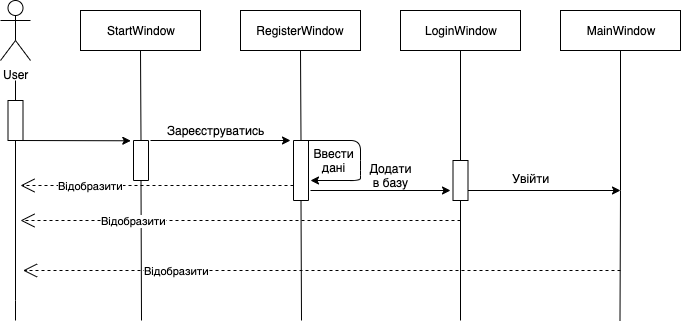
The draw.io diagram Diagrams/Sequence/sequence_diagram.png in he-sends-regards/UserBase, before a commit. Source tidied: cells renumbered, new cells last; positions are measured from the earlier drawing's top-left corner, leaving out a move shared by most shapes. The source it was exported from:
```xml
<mxGraphModel>
  <root>
    <mxCell id="0" />
    <mxCell id="1" parent="0" />
    <mxCell id="2" value="User" style="shape=umlActor;verticalLabelPosition=bottom;labelBackgroundColor=#ffffff;verticalAlign=top;html=1;" parent="1" vertex="1">
      <mxGeometry width="30" height="60" as="geometry" />
    </mxCell>
    <mxCell id="3" value="StartWindow" style="rounded=0;whiteSpace=wrap;html=1;" parent="1" vertex="1">
      <mxGeometry x="80" y="10" width="120" height="40" as="geometry" />
    </mxCell>
    <mxCell id="4" value="RegisterWindow" style="rounded=0;whiteSpace=wrap;html=1;" parent="1" vertex="1">
      <mxGeometry x="240" y="10" width="120" height="40" as="geometry" />
    </mxCell>
    <mxCell id="5" value="LoginWindow" style="rounded=0;whiteSpace=wrap;html=1;" parent="1" vertex="1">
      <mxGeometry x="400" y="10" width="120" height="40" as="geometry" />
    </mxCell>
    <mxCell id="6" value="MainWindow" style="rounded=0;whiteSpace=wrap;html=1;" parent="1" vertex="1">
      <mxGeometry x="560" y="10" width="120" height="40" as="geometry" />
    </mxCell>
    <mxCell id="7" style="rounded=0;whiteSpace=wrap;html=1;direction=south;" parent="1" vertex="1">
      <mxGeometry x="7.5" y="100" width="15" height="40" as="geometry" />
    </mxCell>
    <mxCell id="8" style="endArrow=none;html=1;entryX=0;entryY=0.5;entryDx=0;entryDy=0;" parent="1" edge="1" target="7">
      <mxGeometry relative="1" as="geometry">
        <mxPoint x="15" y="80" as="sourcePoint" />
      </mxGeometry>
    </mxCell>
    <mxCell id="9" style="endArrow=classic;html=1;exitX=1;exitY=0.5;exitDx=0;exitDy=0;entryX=0.007;entryY=1.18;entryDx=0;entryDy=0;entryPerimeter=0;" parent="1" edge="1" source="7" target="11">
      <mxGeometry relative="1" as="geometry" />
    </mxCell>
    <mxCell id="10" style="endArrow=none;html=1;entryX=0.5;entryY=1;entryDx=0;entryDy=0;exitX=0;exitY=0.5;exitDx=0;exitDy=0;" parent="1" edge="1" source="11" target="3">
      <mxGeometry relative="1" as="geometry" />
    </mxCell>
    <mxCell id="11" style="rounded=0;whiteSpace=wrap;html=1;direction=south;" parent="1" vertex="1">
      <mxGeometry x="133" y="140" width="15" height="40" as="geometry" />
    </mxCell>
    <mxCell id="12" style="endArrow=classic;html=1;" parent="1" edge="1">
      <mxGeometry relative="1" as="geometry">
        <mxPoint x="150" y="140" as="sourcePoint" />
        <mxPoint x="290" y="140" as="targetPoint" />
      </mxGeometry>
    </mxCell>
    <mxCell id="13" style="endArrow=none;html=1;exitX=0.5;exitY=1;exitDx=0;exitDy=0;entryX=0;entryY=0.5;entryDx=0;entryDy=0;" parent="1" edge="1" source="4" target="14">
      <mxGeometry relative="1" as="geometry" />
    </mxCell>
    <mxCell id="14" style="rounded=0;whiteSpace=wrap;html=1;direction=south;" parent="1" vertex="1">
      <mxGeometry x="293" y="140" width="15" height="60" as="geometry" />
    </mxCell>
    <mxCell id="15" value="Зареєструватись" style="text;html=1;align=center;verticalAlign=middle;" parent="1" vertex="1">
      <mxGeometry x="160" y="120" width="110" height="20" as="geometry" />
    </mxCell>
    <mxCell id="16" style="endArrow=classic;html=1;exitX=0;exitY=0.25;exitDx=0;exitDy=0;" parent="1" edge="1" source="14">
      <mxGeometry relative="1" as="geometry">
        <mxPoint x="310" y="180" as="targetPoint" />
        <Array as="points">
          <mxPoint x="360" y="140" />
          <mxPoint x="360" y="170" />
          <mxPoint x="360" y="180" />
        </Array>
      </mxGeometry>
    </mxCell>
    <mxCell id="17" value="Ввести дані" style="text;html=1;strokeColor=none;fillColor=none;align=center;verticalAlign=middle;whiteSpace=wrap;rounded=0;" parent="1" vertex="1">
      <mxGeometry x="313" y="150" width="40" height="20" as="geometry" />
    </mxCell>
    <mxCell id="18" style="endArrow=classic;html=1;" parent="1" edge="1">
      <mxGeometry relative="1" as="geometry">
        <mxPoint x="310" y="190" as="sourcePoint" />
        <mxPoint x="450" y="190" as="targetPoint" />
      </mxGeometry>
    </mxCell>
    <mxCell id="19" style="endArrow=none;html=1;entryX=0.5;entryY=1;entryDx=0;entryDy=0;" parent="1" edge="1" target="5">
      <mxGeometry relative="1" as="geometry">
        <mxPoint x="460" y="160" as="sourcePoint" />
      </mxGeometry>
    </mxCell>
    <mxCell id="20" style="rounded=0;whiteSpace=wrap;html=1;direction=south;" parent="1" vertex="1">
      <mxGeometry x="452.5" y="160" width="15" height="40" as="geometry" />
    </mxCell>
    <mxCell id="21" value="Увійти" style="text;html=1;" parent="1" vertex="1">
      <mxGeometry x="510" y="165" width="60" height="30" as="geometry" />
    </mxCell>
    <mxCell id="22" style="endArrow=classic;html=1;exitX=0.75;exitY=0;exitDx=0;exitDy=0;" parent="1" edge="1" source="20">
      <mxGeometry relative="1" as="geometry">
        <mxPoint x="620" y="190" as="targetPoint" />
      </mxGeometry>
    </mxCell>
    <mxCell id="23" value="Додати&lt;br&gt;в базу" style="text;html=1;strokeColor=none;fillColor=none;align=center;verticalAlign=middle;whiteSpace=wrap;rounded=0;" parent="1" vertex="1">
      <mxGeometry x="370" y="165" width="40" height="20" as="geometry" />
    </mxCell>
    <mxCell id="24" style="endArrow=none;html=1;entryX=0.5;entryY=1;entryDx=0;entryDy=0;" parent="1" edge="1" target="6">
      <mxGeometry relative="1" as="geometry">
        <mxPoint x="620" y="190" as="sourcePoint" />
      </mxGeometry>
    </mxCell>
    <mxCell id="25" style="endArrow=none;html=1;entryX=1;entryY=0.5;entryDx=0;entryDy=0;" parent="1" edge="1" target="7">
      <mxGeometry relative="1" as="geometry">
        <mxPoint x="15" y="300" as="sourcePoint" />
      </mxGeometry>
    </mxCell>
    <mxCell id="26" style="endArrow=none;html=1;entryX=1;entryY=0.5;entryDx=0;entryDy=0;" parent="1" edge="1" target="11">
      <mxGeometry relative="1" as="geometry">
        <mxPoint x="141" y="320" as="sourcePoint" />
      </mxGeometry>
    </mxCell>
    <mxCell id="27" style="endArrow=none;html=1;entryX=1;entryY=0.5;entryDx=0;entryDy=0;" parent="1" edge="1" target="14">
      <mxGeometry relative="1" as="geometry">
        <mxPoint x="301" y="320" as="sourcePoint" />
      </mxGeometry>
    </mxCell>
    <mxCell id="28" style="endArrow=none;html=1;entryX=1;entryY=0.5;entryDx=0;entryDy=0;" parent="1" edge="1" target="20">
      <mxGeometry relative="1" as="geometry">
        <mxPoint x="460" y="320" as="sourcePoint" />
      </mxGeometry>
    </mxCell>
    <mxCell id="29" style="endArrow=none;html=1;" parent="1" edge="1">
      <mxGeometry relative="1" as="geometry">
        <mxPoint x="619.5" y="320" as="sourcePoint" />
        <mxPoint x="620" y="190" as="targetPoint" />
      </mxGeometry>
    </mxCell>
    <mxCell id="30" value="Відобразити" style="endArrow=open;endSize=12;dashed=1;html=1;exitX=0.75;exitY=1;exitDx=0;exitDy=0;" parent="1" edge="1" source="14">
      <mxGeometry x="0.49" relative="1" as="geometry">
        <mxPoint x="20" y="185" as="targetPoint" />
      </mxGeometry>
    </mxCell>
    <mxCell id="31" style="endArrow=none;html=1;entryX=1;entryY=0.5;entryDx=0;entryDy=0;" parent="1" edge="1">
      <mxGeometry relative="1" as="geometry">
        <mxPoint x="15" y="320" as="sourcePoint" />
        <mxPoint x="15" y="300" as="targetPoint" />
      </mxGeometry>
    </mxCell>
    <mxCell id="32" value="Відобразити" style="endArrow=open;endSize=12;dashed=1;html=1;" parent="1" edge="1">
      <mxGeometry x="0.49" relative="1" as="geometry">
        <mxPoint x="460" y="220" as="sourcePoint" />
        <mxPoint x="20" y="220" as="targetPoint" />
      </mxGeometry>
    </mxCell>
    <mxCell id="33" value="Відобразити" style="endArrow=open;endSize=12;dashed=1;html=1;" parent="1" edge="1">
      <mxGeometry x="0.49" relative="1" as="geometry">
        <mxPoint x="620" y="270" as="sourcePoint" />
        <mxPoint x="22.5" y="270" as="targetPoint" />
      </mxGeometry>
    </mxCell>
  </root>
</mxGraphModel>
```
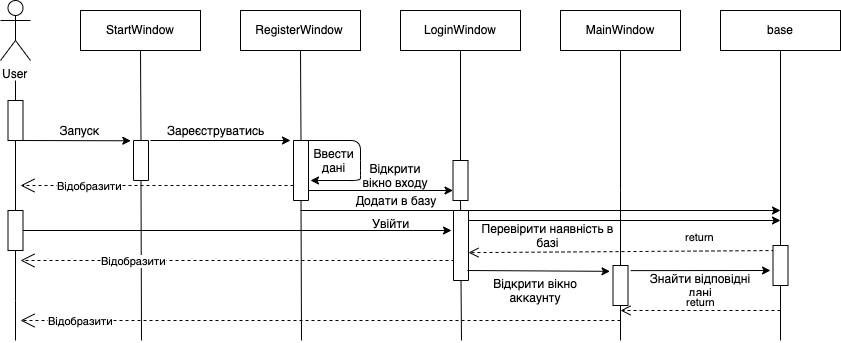
After the change.

Commit message:
Added statechart and collaboration diagram, updated sequence

What changed in the source:
```diff
@@ -64,8 +64,8 @@
     </mxCell>
     <mxCell id="18" style="endArrow=classic;html=1;" parent="1" edge="1">
       <mxGeometry relative="1" as="geometry">
-        <mxPoint x="310" y="190" as="sourcePoint" />
-        <mxPoint x="450" y="190" as="targetPoint" />
+        <mxPoint x="300" y="210" as="sourcePoint" />
+        <mxPoint x="780" y="210" as="targetPoint" />
       </mxGeometry>
     </mxCell>
     <mxCell id="19" style="endArrow=none;html=1;entryX=0.5;entryY=1;entryDx=0;entryDy=0;" parent="1" edge="1" target="5">
@@ -77,44 +77,40 @@
       <mxGeometry x="452.5" y="160" width="15" height="40" as="geometry" />
     </mxCell>
     <mxCell id="21" value="Увійти" style="text;html=1;" parent="1" vertex="1">
-      <mxGeometry x="510" y="165" width="60" height="30" as="geometry" />
+      <mxGeometry x="370" y="210" width="60" height="30" as="geometry" />
     </mxCell>
-    <mxCell id="22" style="endArrow=classic;html=1;exitX=0.75;exitY=0;exitDx=0;exitDy=0;" parent="1" edge="1" source="20">
+    <mxCell id="22" style="endArrow=classic;html=1;" parent="1" edge="1">
       <mxGeometry relative="1" as="geometry">
-        <mxPoint x="620" y="190" as="targetPoint" />
+        <mxPoint x="20" y="230" as="sourcePoint" />
+        <mxPoint x="451" y="230" as="targetPoint" />
       </mxGeometry>
     </mxCell>
-    <mxCell id="23" value="Додати&lt;br&gt;в базу" style="text;html=1;strokeColor=none;fillColor=none;align=center;verticalAlign=middle;whiteSpace=wrap;rounded=0;" parent="1" vertex="1">
-      <mxGeometry x="370" y="165" width="40" height="20" as="geometry" />
+    <mxCell id="23" value="Додати в базу" style="text;html=1;strokeColor=none;fillColor=none;align=center;verticalAlign=middle;whiteSpace=wrap;rounded=0;" parent="1" vertex="1">
+      <mxGeometry x="350" y="190" width="90" height="20" as="geometry" />
     </mxCell>
     <mxCell id="24" style="endArrow=none;html=1;entryX=0.5;entryY=1;entryDx=0;entryDy=0;" parent="1" edge="1" target="6">
       <mxGeometry relative="1" as="geometry">
         <mxPoint x="620" y="190" as="sourcePoint" />
       </mxGeometry>
     </mxCell>
-    <mxCell id="25" style="endArrow=none;html=1;entryX=1;entryY=0.5;entryDx=0;entryDy=0;" parent="1" edge="1" target="7">
-      <mxGeometry relative="1" as="geometry">
-        <mxPoint x="15" y="300" as="sourcePoint" />
-      </mxGeometry>
+    <mxCell id="25" style="endArrow=none;html=1;entryX=1;entryY=0.5;entryDx=0;entryDy=0;" parent="1" edge="1" source="39" target="7">
+      <mxGeometry relative="1" as="geometry" />
     </mxCell>
     <mxCell id="26" style="endArrow=none;html=1;entryX=1;entryY=0.5;entryDx=0;entryDy=0;" parent="1" edge="1" target="11">
       <mxGeometry relative="1" as="geometry">
-        <mxPoint x="141" y="320" as="sourcePoint" />
+        <mxPoint x="141" y="340" as="sourcePoint" />
       </mxGeometry>
     </mxCell>
     <mxCell id="27" style="endArrow=none;html=1;entryX=1;entryY=0.5;entryDx=0;entryDy=0;" parent="1" edge="1" target="14">
       <mxGeometry relative="1" as="geometry">
-        <mxPoint x="301" y="320" as="sourcePoint" />
+        <mxPoint x="301" y="340" as="sourcePoint" />
       </mxGeometry>
     </mxCell>
-    <mxCell id="28" style="endArrow=none;html=1;entryX=1;entryY=0.5;entryDx=0;entryDy=0;" parent="1" edge="1" target="20">
-      <mxGeometry relative="1" as="geometry">
-        <mxPoint x="460" y="320" as="sourcePoint" />
-      </mxGeometry>
+    <mxCell id="28" style="endArrow=none;html=1;entryX=1;entryY=0.5;entryDx=0;entryDy=0;" parent="1" edge="1" source="42" target="20">
+      <mxGeometry relative="1" as="geometry" />
     </mxCell>
-    <mxCell id="29" style="endArrow=none;html=1;" parent="1" edge="1">
+    <mxCell id="29" style="endArrow=none;html=1;" parent="1" edge="1" source="52">
       <mxGeometry relative="1" as="geometry">
-        <mxPoint x="619.5" y="320" as="sourcePoint" />
         <mxPoint x="620" y="190" as="targetPoint" />
       </mxGeometry>
     </mxCell>
@@ -125,21 +121,106 @@
     </mxCell>
     <mxCell id="31" style="endArrow=none;html=1;entryX=1;entryY=0.5;entryDx=0;entryDy=0;" parent="1" edge="1">
       <mxGeometry relative="1" as="geometry">
-        <mxPoint x="15" y="320" as="sourcePoint" />
+        <mxPoint x="15" y="340" as="sourcePoint" />
         <mxPoint x="15" y="300" as="targetPoint" />
       </mxGeometry>
     </mxCell>
     <mxCell id="32" value="Відобразити" style="endArrow=open;endSize=12;dashed=1;html=1;" parent="1" edge="1">
       <mxGeometry x="0.49" relative="1" as="geometry">
-        <mxPoint x="460" y="220" as="sourcePoint" />
-        <mxPoint x="20" y="220" as="targetPoint" />
+        <mxPoint x="460" y="260" as="sourcePoint" />
+        <mxPoint x="20" y="260" as="targetPoint" />
       </mxGeometry>
     </mxCell>
     <mxCell id="33" value="Відобразити" style="endArrow=open;endSize=12;dashed=1;html=1;" parent="1" edge="1">
-      <mxGeometry x="0.49" relative="1" as="geometry">
-        <mxPoint x="620" y="270" as="sourcePoint" />
-        <mxPoint x="22.5" y="270" as="targetPoint" />
+      <mxGeometry x="0.8" relative="1" as="geometry">
+        <mxPoint x="620" y="320" as="sourcePoint" />
+        <mxPoint x="20" y="320" as="targetPoint" />
       </mxGeometry>
     </mxCell>
+    <mxCell id="34" value="Запуск" style="text;html=1;strokeColor=none;fillColor=none;align=center;verticalAlign=middle;whiteSpace=wrap;rounded=0;" parent="1" vertex="1">
+      <mxGeometry x="58" y="120" width="40" height="20" as="geometry" />
+    </mxCell>
+    <mxCell id="35" value="base" style="rounded=0;whiteSpace=wrap;html=1;" parent="1" vertex="1">
+      <mxGeometry x="720" y="10" width="120" height="40" as="geometry" />
+    </mxCell>
+    <mxCell id="36" style="endArrow=none;html=1;entryX=0.5;entryY=1;entryDx=0;entryDy=0;" parent="1" edge="1" source="48" target="35">
+      <mxGeometry relative="1" as="geometry" />
+    </mxCell>
+    <mxCell id="37" style="endArrow=classic;html=1;entryX=0.75;entryY=1;entryDx=0;entryDy=0;" parent="1" edge="1" target="20">
+      <mxGeometry relative="1" as="geometry">
+        <mxPoint x="308" y="190" as="sourcePoint" />
+      </mxGeometry>
+    </mxCell>
+    <mxCell id="38" value="Відкрити вікно входу" style="text;html=1;strokeColor=none;fillColor=none;align=center;verticalAlign=middle;whiteSpace=wrap;rounded=0;" parent="1" vertex="1">
+      <mxGeometry x="360" y="165" width="70" height="20" as="geometry" />
+    </mxCell>
+    <mxCell id="39" style="rounded=0;whiteSpace=wrap;html=1;direction=south;" parent="1" vertex="1">
+      <mxGeometry x="7.5" y="210" width="15" height="40" as="geometry" />
+    </mxCell>
+    <mxCell id="40" style="endArrow=none;html=1;entryX=1;entryY=0.5;entryDx=0;entryDy=0;" parent="1" edge="1" target="39">
+      <mxGeometry relative="1" as="geometry">
+        <mxPoint x="15" y="300" as="sourcePoint" />
+      </mxGeometry>
+    </mxCell>
+    <mxCell id="41" style="endArrow=classic;html=1;" parent="1" edge="1">
+      <mxGeometry relative="1" as="geometry">
+        <mxPoint x="460" y="220" as="sourcePoint" />
+        <mxPoint x="780" y="220" as="targetPoint" />
+      </mxGeometry>
+    </mxCell>
+    <mxCell id="42" style="rounded=0;whiteSpace=wrap;html=1;direction=south;" parent="1" vertex="1">
+      <mxGeometry x="453" y="210" width="15" height="70" as="geometry" />
+    </mxCell>
+    <mxCell id="43" style="endArrow=none;html=1;entryX=1;entryY=0.5;entryDx=0;entryDy=0;" parent="1" edge="1" target="42">
+      <mxGeometry relative="1" as="geometry">
+        <mxPoint x="461" y="340" as="sourcePoint" />
+      </mxGeometry>
+    </mxCell>
+    <mxCell id="44" value="Перевірити наявність в базі" style="text;html=1;strokeColor=none;fillColor=none;align=center;verticalAlign=middle;whiteSpace=wrap;rounded=0;" parent="1" vertex="1">
+      <mxGeometry x="475" y="225" width="145" height="20" as="geometry" />
+    </mxCell>
+    <mxCell id="45" value="return" style="html=1;verticalAlign=bottom;endArrow=open;dashed=1;endSize=8;entryX=0.602;entryY=-0.001;entryDx=0;entryDy=0;entryPerimeter=0;" parent="1" edge="1" target="42">
+      <mxGeometry x="-0.49" y="-6" relative="1" as="geometry">
+        <mxPoint x="780" y="250" as="sourcePoint" />
+      </mxGeometry>
+    </mxCell>
+    <mxCell id="46" style="endArrow=classic;html=1;entryX=0.146;entryY=1.199;entryDx=0;entryDy=0;entryPerimeter=0;" parent="1" edge="1" target="52">
+      <mxGeometry relative="1" as="geometry">
+        <mxPoint x="467" y="270" as="sourcePoint" />
+      </mxGeometry>
+    </mxCell>
+    <mxCell id="47" value="Відкрити вікно аккаунту" style="text;html=1;strokeColor=none;fillColor=none;align=center;verticalAlign=middle;whiteSpace=wrap;rounded=0;" parent="1" vertex="1">
+      <mxGeometry x="475" y="280" width="120" height="20" as="geometry" />
+    </mxCell>
+    <mxCell id="48" style="rounded=0;whiteSpace=wrap;html=1;direction=south;" parent="1" vertex="1">
+      <mxGeometry x="772.5" y="245" width="15" height="40" as="geometry" />
+    </mxCell>
+    <mxCell id="49" style="endArrow=none;html=1;entryX=1;entryY=0.5;entryDx=0;entryDy=0;" parent="1" edge="1" target="48">
+      <mxGeometry relative="1" as="geometry">
+        <mxPoint x="780" y="340" as="sourcePoint" />
+      </mxGeometry>
+    </mxCell>
+    <mxCell id="50" style="endArrow=classic;html=1;exitX=0.128;exitY=-0.18;exitDx=0;exitDy=0;exitPerimeter=0;" parent="1" edge="1" source="52">
+      <mxGeometry relative="1" as="geometry">
+        <mxPoint x="770" y="270" as="targetPoint" />
+      </mxGeometry>
+    </mxCell>
+    <mxCell id="51" value="Знайти відповідні дані" style="text;html=1;strokeColor=none;fillColor=none;align=center;verticalAlign=middle;whiteSpace=wrap;rounded=0;" parent="1" vertex="1">
+      <mxGeometry x="640" y="275" width="120" height="20" as="geometry" />
+    </mxCell>
+    <mxCell id="52" style="rounded=0;whiteSpace=wrap;html=1;direction=south;" parent="1" vertex="1">
+      <mxGeometry x="612.5" y="265" width="15" height="40" as="geometry" />
+    </mxCell>
+    <mxCell id="53" style="endArrow=none;html=1;" parent="1" edge="1" target="52">
+      <mxGeometry relative="1" as="geometry">
+        <mxPoint x="620" y="340" as="sourcePoint" />
+      </mxGeometry>
+    </mxCell>
+    <mxCell id="54" value="return" style="html=1;verticalAlign=bottom;endArrow=open;dashed=1;endSize=8;" parent="1" edge="1">
+      <mxGeometry relative="1" as="geometry">
+        <mxPoint x="780" y="310" as="sourcePoint" />
+        <mxPoint x="620" y="310" as="targetPoint" />
+      </mxGeometry>
+    </mxCell>
   </root>
 </mxGraphModel>
```
